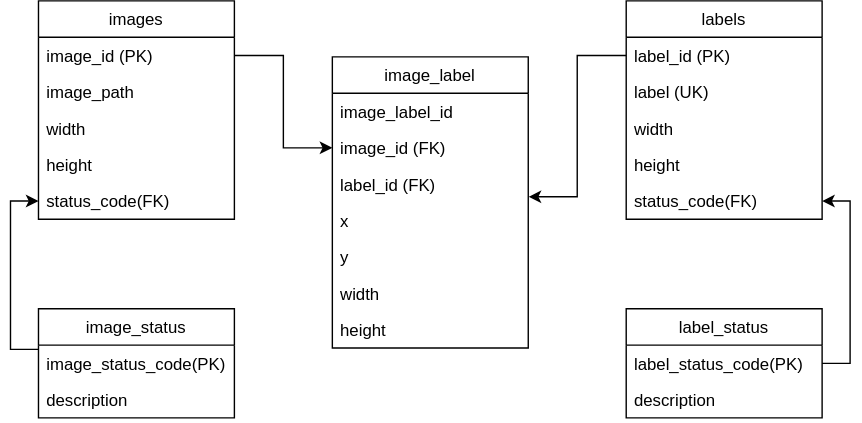
Earlier version of the draw.io export docs/erd.drawio.svg (silver-xu/harrison-imagery-api). Source tidied: cells renumbered, new cells last; positions are measured from the earlier drawing's top-left corner, leaving out a move shared by most shapes.
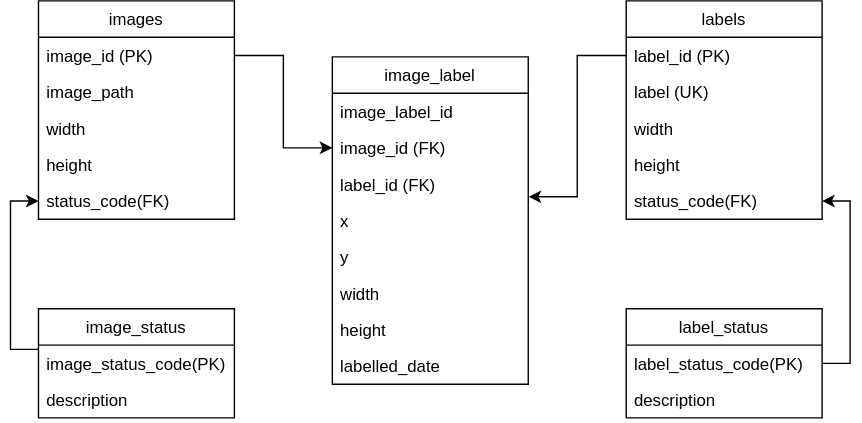
Later version of the same file.

Change to the diagram source:
```diff
@@ -29,7 +29,7 @@
       </mxGeometry>
     </mxCell>
     <mxCell id="9" value="image_label" style="swimlane;fontStyle=0;horizontal=1;startSize=26;fillColor=none;" parent="1" vertex="1">
-      <mxGeometry x="230" y="40" width="140" height="208" as="geometry" />
+      <mxGeometry x="230" y="40" width="140" height="234" as="geometry" />
     </mxCell>
     <mxCell id="10" value="image_label_id" style="text;strokeColor=none;fillColor=none;align=left;verticalAlign=top;spacingLeft=4;spacingRight=4;overflow=hidden;" parent="9" vertex="1">
       <mxGeometry y="26" width="140" height="26" as="geometry" />
@@ -52,6 +52,9 @@
     <mxCell id="16" value="height" style="text;strokeColor=none;fillColor=none;align=left;verticalAlign=top;spacingLeft=4;spacingRight=4;overflow=hidden;" parent="9" vertex="1">
       <mxGeometry y="182" width="140" height="26" as="geometry" />
     </mxCell>
+    <mxCell id="32" value="labelled_date" style="text;strokeColor=none;fillColor=none;align=left;verticalAlign=top;spacingLeft=4;spacingRight=4;overflow=hidden;" parent="9" vertex="1">
+      <mxGeometry y="208" width="140" height="26" as="geometry" />
+    </mxCell>
     <mxCell id="17" value="images" style="swimlane;fontStyle=0;horizontal=1;startSize=26;fillColor=none;" parent="1" vertex="1">
       <mxGeometry x="20" width="140" height="156" as="geometry" />
     </mxCell>
```
